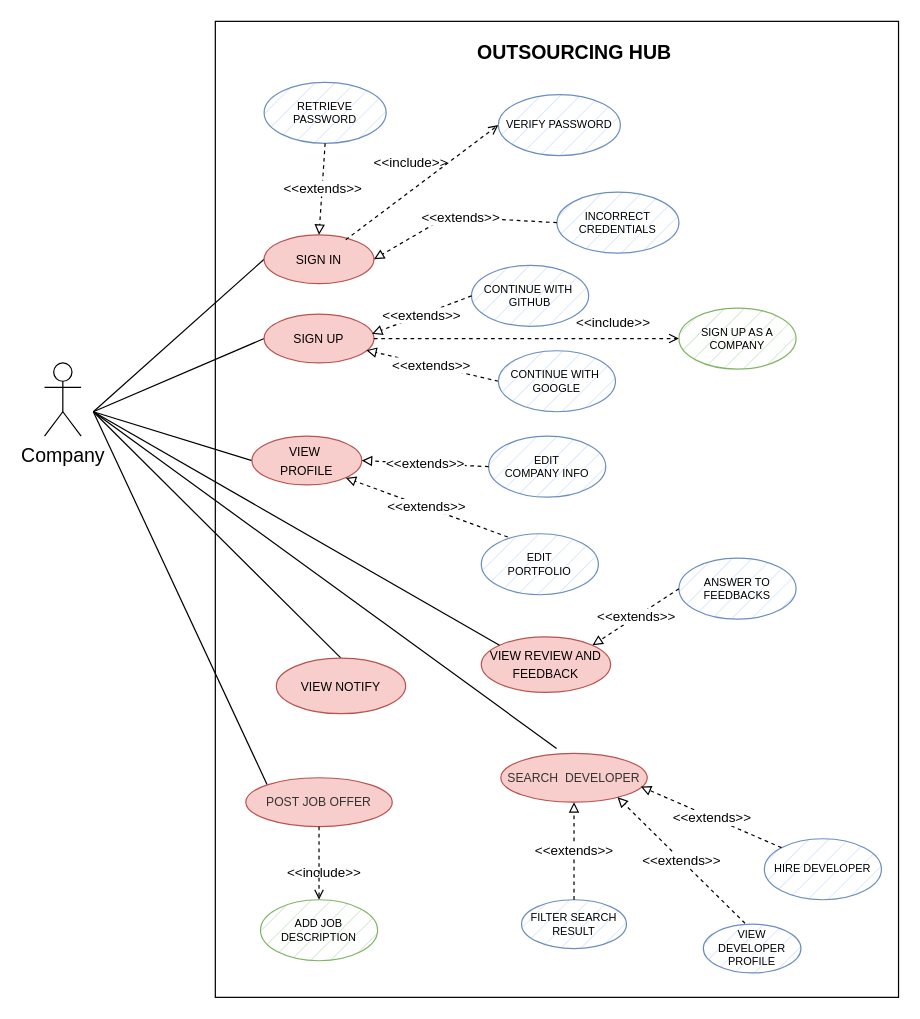
This is use_cases/use_cases_company.drawio from mattiadanisi00/ids, a draw.io file, before an edit. Source tidied: cells renumbered, new cells numbered last; positions are measured from the earlier drawing's top-left corner, leaving out a move shared by most shapes. Both pictures are drawn from the tidied source at 122%, with x=0, y=0 at pixel (44, 21).
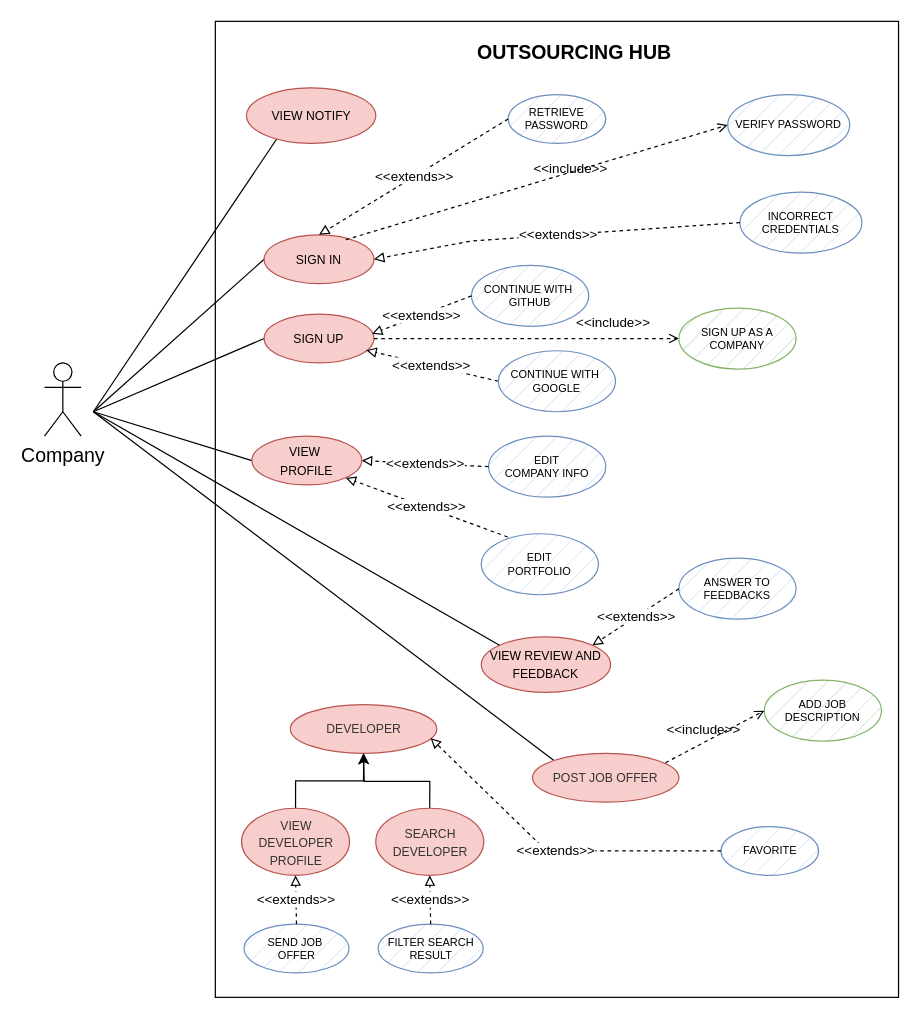
After the change.

Unchanged cells that the change refers to:
```xml
<mxCell id="8" value="&lt;font style=&quot;font-size: 10px;&quot;&gt;SIGN IN&lt;/font&gt;" style="ellipse;whiteSpace=wrap;html=1;fillColor=#f8cecc;strokeColor=#b85450;" parent="1" vertex="1">
  <mxGeometry x="180" y="175" width="90" height="40" as="geometry" />
</mxCell>
```

What changed in the source:
```diff
@@
     <mxCell id="9" value="&lt;font style=&quot;font-size: 9px;&quot;&gt;INCORRECT&lt;br style=&quot;font-size: 9px;&quot;&gt;CREDENTIALS&lt;/font&gt;" style="ellipse;whiteSpace=wrap;html=1;fillColor=#dae8fc;strokeColor=#6c8ebf;fontSize=9;strokeWidth=1;fillStyle=hatch;" parent="1" vertex="1">
-      <mxGeometry x="420" y="140" width="100" height="50" as="geometry" />
+      <mxGeometry x="570" y="140" width="100" height="50" as="geometry" />
     </mxCell>
     <mxCell id="10" value="&amp;lt;&amp;lt;extends&amp;gt;&amp;gt;" style="endArrow=block;endFill=0;html=1;rounded=0;dashed=1;exitX=0;exitY=0.5;exitDx=0;exitDy=0;entryX=1;entryY=0.5;entryDx=0;entryDy=0;" parent="1" edge="1" source="9" target="8">
       <mxGeometry x="-0.01" relative="1" as="geometry">
         <Array as="points">
-          <mxPoint x="330" y="160" />
+          <mxPoint x="350" y="180" />
         </Array>
       </mxGeometry>
     </mxCell>
@@
     <mxCell id="14" value="&lt;font style=&quot;font-size: 9px;&quot;&gt;RETRIEVE&lt;br style=&quot;font-size: 9px;&quot;&gt;PASSWORD&lt;/font&gt;" style="ellipse;whiteSpace=wrap;html=1;fillColor=#dae8fc;strokeColor=#6c8ebf;fontSize=9;strokeWidth=1;fillStyle=hatch;" parent="1" vertex="1">
-      <mxGeometry x="180" y="50" width="100" height="50" as="geometry" />
+      <mxGeometry x="380" y="60" width="80" height="40" as="geometry" />
     </mxCell>
-    <mxCell id="15" value="&amp;lt;&amp;lt;extends&amp;gt;&amp;gt;" style="endArrow=block;endFill=0;html=1;rounded=0;dashed=1;exitX=0.5;exitY=1;exitDx=0;exitDy=0;entryX=0.5;entryY=0;entryDx=0;entryDy=0;" parent="1" edge="1" source="14" target="8">
+    <mxCell id="15" value="&amp;lt;&amp;lt;extends&amp;gt;&amp;gt;" style="endArrow=block;endFill=0;html=1;rounded=0;dashed=1;exitX=0;exitY=0.5;exitDx=0;exitDy=0;entryX=0.5;entryY=0;entryDx=0;entryDy=0;" parent="1" edge="1" source="14" target="8">
       <mxGeometry x="-0.01" relative="1" as="geometry" />
     </mxCell>
@@
     <mxCell id="23" value="&amp;lt;&amp;lt;include&amp;gt;&amp;gt;" style="html=1;verticalAlign=bottom;labelBackgroundColor=none;endArrow=open;endFill=0;dashed=1;rounded=0;exitX=0.744;exitY=0.1;exitDx=0;exitDy=0;exitPerimeter=0;entryX=0;entryY=0.5;entryDx=0;entryDy=0;" parent="1" edge="1" source="8" target="24">
-      <mxGeometry x="-0.03" y="11" relative="1" as="geometry">
-        <mxPoint x="-1" as="offset" />
-      </mxGeometry>
+      <mxGeometry x="0.16" y="-6" relative="1" as="geometry" />
     </mxCell>
     <mxCell id="24" value="&lt;font style=&quot;font-size: 9px;&quot;&gt;VERIFY PASSWORD&lt;/font&gt;" style="ellipse;whiteSpace=wrap;html=1;fillColor=#dae8fc;strokeColor=#6c8ebf;fontSize=9;strokeWidth=1;fillStyle=hatch;" parent="1" vertex="1">
-      <mxGeometry x="372" y="60" width="100" height="50" as="geometry" />
+      <mxGeometry x="560" y="60" width="100" height="50" as="geometry" />
     </mxCell>
@@
-    <mxCell id="27" value="&lt;span style=&quot;caret-color: rgb(0, 0, 0); font-family: Helvetica; font-size: x-small; font-style: normal; font-variant-caps: normal; font-weight: 400; letter-spacing: normal; text-align: center; text-indent: 0px; text-transform: none; word-spacing: 0px; -webkit-text-stroke-width: 0px; text-decoration: none; float: none; display: inline !important;&quot;&gt;&lt;font color=&quot;#333333&quot;&gt;SEARCH &amp;nbsp;DEVELOPER&lt;/font&gt;&lt;/span&gt;" style="ellipse;whiteSpace=wrap;html=1;fillColor=#f8cecc;strokeColor=#b85450;" parent="1" vertex="1">
-      <mxGeometry x="374" y="600" width="120" height="40" as="geometry" />
-    </mxCell>
-    <mxCell id="28" style="edgeStyle=none;rounded=0;jettySize=auto;html=1;strokeColor=default;strokeWidth=1;fontSize=10;startArrow=none;startFill=0;endArrow=none;endFill=0;exitX=0.381;exitY=-0.1;exitDx=0;exitDy=0;exitPerimeter=0;" parent="1" edge="1" source="27">
-      <mxGeometry relative="1" as="geometry">
-        <mxPoint x="40" y="320" as="targetPoint" />
-      </mxGeometry>
-    </mxCell>
-    <mxCell id="29" value="&lt;font style=&quot;font-size: 9px;&quot;&gt;HIRE DEVELOPER&lt;br style=&quot;font-size: 9px;&quot;&gt;&lt;/font&gt;" style="ellipse;whiteSpace=wrap;html=1;fillColor=#dae8fc;strokeColor=#6c8ebf;fontSize=9;strokeWidth=1;fillStyle=hatch;" parent="1" vertex="1">
-      <mxGeometry x="590" y="670" width="96" height="50" as="geometry" />
-    </mxCell>
-    <mxCell id="30" value="&lt;font style=&quot;font-size: 9px;&quot;&gt;FILTER SEARCH RESULT&lt;br style=&quot;font-size: 9px;&quot;&gt;&lt;/font&gt;" style="ellipse;whiteSpace=wrap;html=1;fillColor=#dae8fc;strokeColor=#6c8ebf;fontSize=9;strokeWidth=1;fillStyle=hatch;" parent="1" vertex="1">
-      <mxGeometry x="391" y="720" width="86" height="40" as="geometry" />
-    </mxCell>
-    <mxCell id="31" value="&lt;font style=&quot;font-size: 9px;&quot;&gt;VIEW DEVELOPER PROFILE&lt;br style=&quot;font-size: 9px;&quot;&gt;&lt;/font&gt;" style="ellipse;whiteSpace=wrap;html=1;fillColor=#dae8fc;strokeColor=#6c8ebf;fontSize=9;strokeWidth=1;fillStyle=hatch;" parent="1" vertex="1">
-      <mxGeometry x="540" y="740" width="80" height="40" as="geometry" />
-    </mxCell>
-    <mxCell id="32" value="&amp;lt;&amp;lt;extends&amp;gt;&amp;gt;" style="endArrow=block;endFill=0;html=1;rounded=0;dashed=1;exitX=0.5;exitY=0;exitDx=0;exitDy=0;entryX=0.5;entryY=1;entryDx=0;entryDy=0;" parent="1" edge="1" source="30" target="27">
-      <mxGeometry relative="1" as="geometry" />
-    </mxCell>
-    <mxCell id="33" value="&amp;lt;&amp;lt;extends&amp;gt;&amp;gt;" style="endArrow=block;endFill=0;html=1;rounded=0;dashed=1;exitX=0.427;exitY=-0.018;exitDx=0;exitDy=0;entryX=0.797;entryY=0.899;entryDx=0;entryDy=0;exitPerimeter=0;entryPerimeter=0;" parent="1" edge="1" source="31" target="27">
-      <mxGeometry x="-0.01" relative="1" as="geometry" />
-    </mxCell>
-    <mxCell id="34" value="&amp;lt;&amp;lt;extends&amp;gt;&amp;gt;" style="endArrow=block;endFill=0;html=1;rounded=0;dashed=1;exitX=0;exitY=0;exitDx=0;exitDy=0;entryX=0.956;entryY=0.68;entryDx=0;entryDy=0;entryPerimeter=0;" parent="1" edge="1" source="29" target="27">
-      <mxGeometry x="-0.01" relative="1" as="geometry" />
-    </mxCell>
@@
     <mxCell id="40" value="&lt;font size=&quot;1&quot; color=&quot;#333333&quot;&gt;POST JOB OFFER&lt;/font&gt;" style="ellipse;whiteSpace=wrap;html=1;fillColor=#f8cecc;strokeColor=#b85450;" parent="1" vertex="1">
-      <mxGeometry x="165" y="620" width="120" height="40" as="geometry" />
+      <mxGeometry x="400" y="600" width="120" height="40" as="geometry" />
     </mxCell>
     <mxCell id="41" value="&lt;font style=&quot;font-size: 9px;&quot;&gt;ADD JOB&lt;br&gt;DESCRIPTION&lt;br style=&quot;font-size: 9px;&quot;&gt;&lt;/font&gt;" style="ellipse;whiteSpace=wrap;html=1;fillColor=#d5e8d4;strokeColor=#82b366;fontSize=9;strokeWidth=1;fillStyle=hatch;" parent="1" vertex="1">
-      <mxGeometry x="177" y="720" width="96" height="50" as="geometry" />
+      <mxGeometry x="590" y="540" width="96" height="50" as="geometry" />
     </mxCell>
-    <mxCell id="42" value="&amp;lt;&amp;lt;include&amp;gt;&amp;gt;" style="html=1;verticalAlign=bottom;labelBackgroundColor=none;endArrow=open;endFill=0;dashed=1;rounded=0;exitX=0.5;exitY=1;exitDx=0;exitDy=0;entryX=0.5;entryY=0;entryDx=0;entryDy=0;" parent="1" edge="1" source="40" target="41">
-      <mxGeometry x="0.57" y="4" relative="1" as="geometry" />
+    <mxCell id="42" value="&amp;lt;&amp;lt;include&amp;gt;&amp;gt;" style="html=1;verticalAlign=bottom;labelBackgroundColor=none;endArrow=open;endFill=0;dashed=1;rounded=0;exitX=0.908;exitY=0.193;exitDx=0;exitDy=0;entryX=0;entryY=0.5;entryDx=0;entryDy=0;exitPerimeter=0;" parent="1" edge="1" source="40" target="41">
+      <mxGeometry x="-0.22" y="1" relative="1" as="geometry" />
     </mxCell>
@@
     <mxCell id="44" value="&lt;font size=&quot;1&quot;&gt;VIEW NOTIFY&lt;/font&gt;" style="ellipse;whiteSpace=wrap;html=1;fillColor=#f8cecc;strokeColor=#b85450;" parent="1" vertex="1">
-      <mxGeometry x="190" y="522" width="106" height="45.5" as="geometry" />
+      <mxGeometry x="165.5" y="54.5" width="106" height="45.5" as="geometry" />
     </mxCell>
+    <mxCell id="45" value="&lt;span style=&quot;caret-color: rgb(0, 0, 0); font-family: Helvetica; font-size: x-small; font-style: normal; font-variant-caps: normal; font-weight: 400; letter-spacing: normal; text-align: center; text-indent: 0px; text-transform: none; word-spacing: 0px; -webkit-text-stroke-width: 0px; text-decoration: none; float: none; display: inline !important;&quot;&gt;&lt;font color=&quot;#333333&quot;&gt;DEVELOPER&lt;/font&gt;&lt;/span&gt;" style="ellipse;whiteSpace=wrap;html=1;fillColor=#f8cecc;strokeColor=#b85450;" parent="1" vertex="1">
+      <mxGeometry x="201.5" y="560" width="120" height="40" as="geometry" />
+    </mxCell>
+    <mxCell id="46" value="&lt;font style=&quot;font-size: 9px;&quot;&gt;SEND JOB&amp;nbsp;&lt;br&gt;OFFER&lt;br style=&quot;font-size: 9px;&quot;&gt;&lt;/font&gt;" style="ellipse;whiteSpace=wrap;html=1;fillColor=#dae8fc;strokeColor=#6c8ebf;fontSize=9;strokeWidth=1;fillStyle=hatch;" parent="1" vertex="1">
+      <mxGeometry x="163.5" y="740" width="86" height="40" as="geometry" />
+    </mxCell>
+    <mxCell id="30" value="&lt;font style=&quot;font-size: 9px;&quot;&gt;FILTER SEARCH RESULT&lt;br style=&quot;font-size: 9px;&quot;&gt;&lt;/font&gt;" style="ellipse;whiteSpace=wrap;html=1;fillColor=#dae8fc;strokeColor=#6c8ebf;fontSize=9;strokeWidth=1;fillStyle=hatch;" parent="1" vertex="1">
+      <mxGeometry x="273.5" y="740" width="86" height="40" as="geometry" />
+    </mxCell>
+    <mxCell id="32" value="&amp;lt;&amp;lt;extends&amp;gt;&amp;gt;" style="endArrow=block;endFill=0;html=1;rounded=0;dashed=1;exitX=0.5;exitY=0;exitDx=0;exitDy=0;entryX=0.5;entryY=1;entryDx=0;entryDy=0;" parent="1" edge="1" source="30" target="27">
+      <mxGeometry relative="1" as="geometry" />
+    </mxCell>
+    <mxCell id="47" value="&amp;lt;&amp;lt;extends&amp;gt;&amp;gt;" style="endArrow=block;endFill=0;html=1;rounded=0;dashed=1;exitX=0.5;exitY=0;exitDx=0;exitDy=0;entryX=0.5;entryY=1;entryDx=0;entryDy=0;" parent="1" edge="1" source="46" target="31">
+      <mxGeometry x="-0.01" relative="1" as="geometry" />
+    </mxCell>
+    <mxCell id="48" value="&lt;font style=&quot;font-size: 9px;&quot;&gt;FAVORITE&lt;br style=&quot;font-size: 9px;&quot;&gt;&lt;/font&gt;" style="ellipse;whiteSpace=wrap;html=1;fillColor=#dae8fc;strokeColor=#6c8ebf;fontSize=9;strokeWidth=1;fillStyle=hatch;" parent="1" vertex="1">
+      <mxGeometry x="554.5" y="660" width="80" height="40" as="geometry" />
+    </mxCell>
+    <mxCell id="49" value="&amp;lt;&amp;lt;extends&amp;gt;&amp;gt;" style="endArrow=block;endFill=0;html=1;rounded=0;dashed=1;exitX=0;exitY=0.5;exitDx=0;exitDy=0;entryX=0.958;entryY=0.686;entryDx=0;entryDy=0;entryPerimeter=0;" parent="1" edge="1" source="48" target="45">
+      <mxGeometry x="-0.01" relative="1" as="geometry">
+        <Array as="points">
+          <mxPoint x="411.5" y="680" />
+        </Array>
+      </mxGeometry>
+    </mxCell>
+    <mxCell id="50" style="edgeStyle=orthogonalEdgeStyle;rounded=0;jettySize=auto;html=1;exitX=0.5;exitY=0;exitDx=0;exitDy=0;entryX=0.5;entryY=1;entryDx=0;entryDy=0;" parent="1" edge="1" source="31" target="45">
+      <mxGeometry relative="1" as="geometry" />
+    </mxCell>
+    <mxCell id="31" value="&lt;span style=&quot;caret-color: rgb(0, 0, 0); font-family: Helvetica; font-size: x-small; font-style: normal; font-variant-caps: normal; font-weight: 400; letter-spacing: normal; text-align: center; text-indent: 0px; text-transform: none; word-spacing: 0px; -webkit-text-stroke-width: 0px; text-decoration: none; float: none; display: inline !important;&quot;&gt;&lt;font color=&quot;#333333&quot;&gt;VIEW&lt;br&gt;DEVELOPER&lt;br&gt;PROFILE&lt;br&gt;&lt;/font&gt;&lt;/span&gt;" style="ellipse;whiteSpace=wrap;html=1;fillColor=#f8cecc;strokeColor=#b85450;" parent="1" vertex="1">
+      <mxGeometry x="161.5" y="645" width="88.5" height="55" as="geometry" />
+    </mxCell>
+    <mxCell id="51" style="edgeStyle=orthogonalEdgeStyle;rounded=0;jettySize=auto;html=1;exitX=0.5;exitY=0;exitDx=0;exitDy=0;" parent="1" edge="1" source="27">
+      <mxGeometry relative="1" as="geometry">
+        <mxPoint x="261.5" y="600" as="targetPoint" />
+      </mxGeometry>
+    </mxCell>
+    <mxCell id="27" value="&lt;span style=&quot;caret-color: rgb(0, 0, 0); font-family: Helvetica; font-size: x-small; font-style: normal; font-variant-caps: normal; font-weight: 400; letter-spacing: normal; text-align: center; text-indent: 0px; text-transform: none; word-spacing: 0px; -webkit-text-stroke-width: 0px; text-decoration: none; float: none; display: inline !important;&quot;&gt;&lt;font color=&quot;#333333&quot;&gt;SEARCH&lt;br&gt;DEVELOPER&lt;br&gt;&lt;/font&gt;&lt;/span&gt;" style="ellipse;whiteSpace=wrap;html=1;fillColor=#f8cecc;strokeColor=#b85450;" parent="1" vertex="1">
+      <mxGeometry x="271.5" y="645" width="88.5" height="55" as="geometry" />
+    </mxCell>
```
